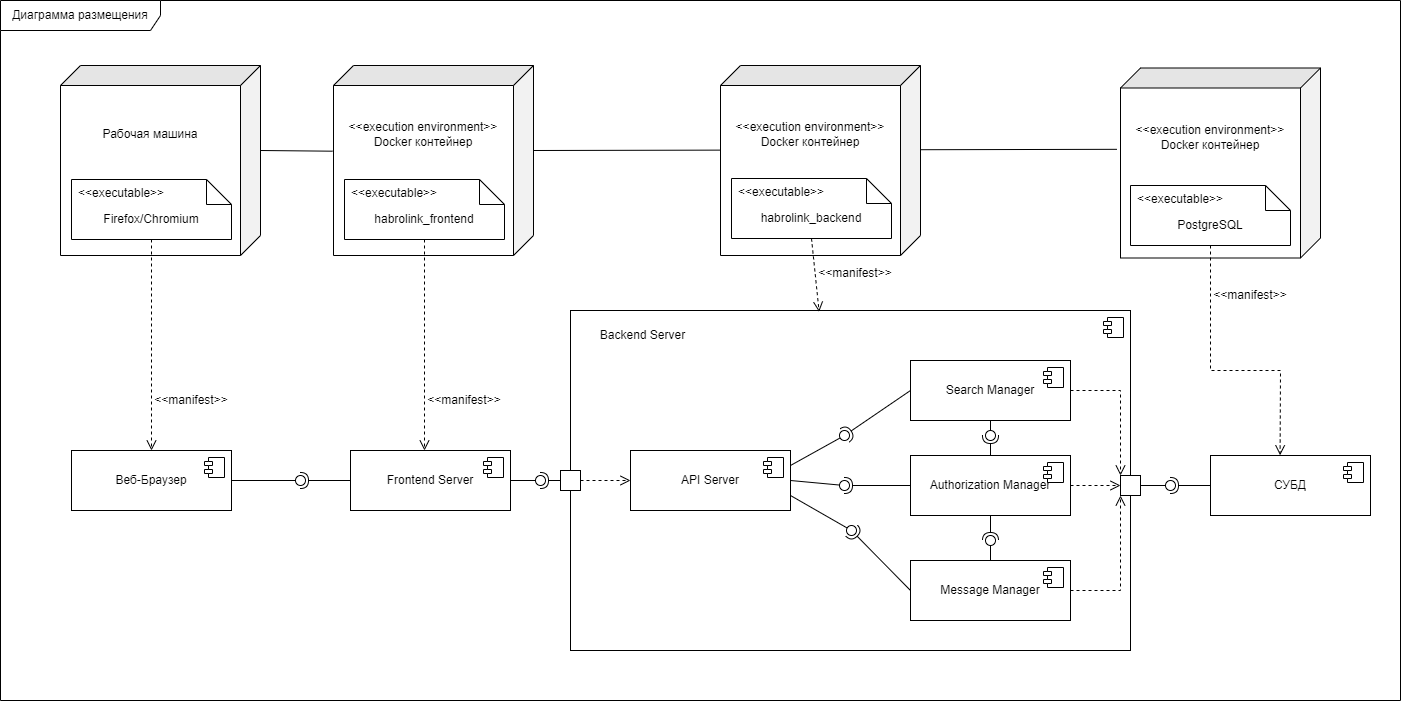
Above: docs/deployment_diagram.png in AS2/habrolink (draw.io), before the change. Source tidied: cells renumbered, new cells last; positions are measured from the earlier drawing's top-left corner, leaving out a move shared by most shapes.
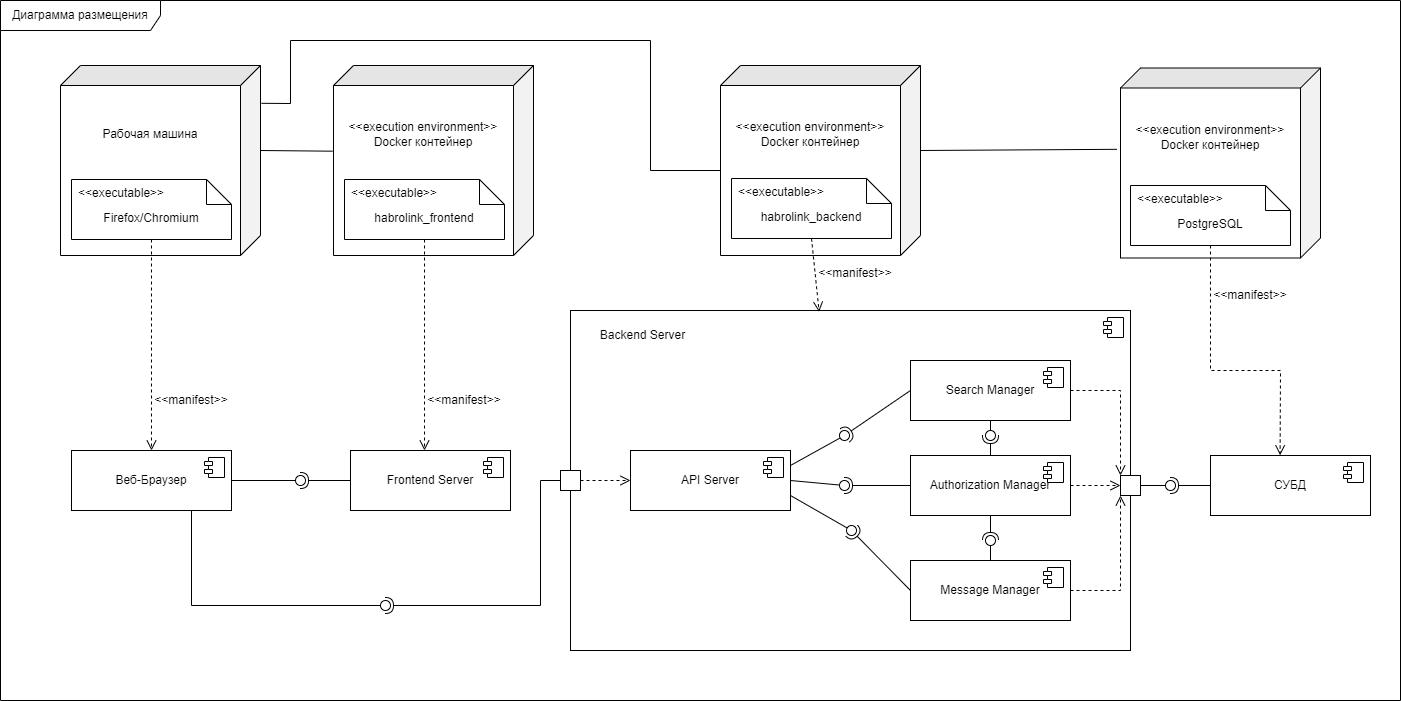
The same diagram one commit later.

Commit message:
fixed deployment diagram again

What changed in the source:
```diff
@@ -11,9 +11,6 @@
     <mxCell id="4" value="&lt;&lt;executable&gt;&gt;" style="strokeColor=none;fillColor=none;align=left;spacingLeft=5;" parent="3" vertex="1">
       <mxGeometry width="160" height="25" relative="1" as="geometry" />
     </mxCell>
-    <mxCell id="5" style="endArrow=none;html=1;rounded=0;entryX=0.428;entryY=1.018;entryDx=0;entryDy=0;entryPerimeter=0;exitX=0;exitY=0;exitDx=85;exitDy=0;exitPerimeter=0;" parent="1" edge="1" source="2" target="19">
-      <mxGeometry relative="1" as="geometry" />
-    </mxCell>
     <mxCell id="6" value="Рабочая машина&lt;br&gt;&lt;br&gt;&lt;br&gt;&lt;br&gt;&lt;br&gt;&lt;br&gt;" style="shape=cube;whiteSpace=wrap;html=1;boundedLbl=1;backgroundOutline=1;darkOpacity=0.05;darkOpacity2=0.1;size=20;gradientColor=none;direction=south;" parent="1" vertex="1">
       <mxGeometry x="60" y="65" width="200" height="190" as="geometry" />
     </mxCell>
@@ -183,14 +180,8 @@
     <mxCell id="53" style="ellipse;whiteSpace=wrap;html=1;align=center;fillColor=none;strokeColor=none;perimeter=centerPerimeter;" parent="16" vertex="1">
       <mxGeometry x="290" y="480" width="10" height="10" as="geometry" />
     </mxCell>
-    <mxCell id="54" style="rounded=0;jettySize=auto;html=1;endArrow=halfCircle;endFill=0;endSize=6;strokeWidth=1;sketch=0;" parent="16" edge="1" source="17" target="56">
-      <mxGeometry relative="1" as="geometry" />
-    </mxCell>
-    <mxCell id="55" style="rounded=0;jettySize=auto;html=1;endArrow=oval;endFill=0;sketch=0;sourcePerimeterSpacing=0;targetPerimeterSpacing=0;endSize=10;exitX=1;exitY=0.5;exitDx=0;exitDy=0;" parent="16" edge="1" source="50" target="56">
-      <mxGeometry relative="1" as="geometry" />
-    </mxCell>
     <mxCell id="56" style="ellipse;whiteSpace=wrap;html=1;align=center;fillColor=none;strokeColor=none;perimeter=centerPerimeter;points=[];outlineConnect=1;" parent="16" vertex="1">
-      <mxGeometry x="535" y="475" width="10" height="10" as="geometry" />
+      <mxGeometry x="380" y="600" width="10" height="10" as="geometry" />
     </mxCell>
     <mxCell id="57" style="rounded=0;jettySize=auto;html=1;endArrow=halfCircle;endFill=0;endSize=6;strokeWidth=1;sketch=0;exitX=0;exitY=0.5;exitDx=0;exitDy=0;" parent="16" edge="1" source="33" target="59">
       <mxGeometry relative="1" as="geometry" />
@@ -274,5 +265,36 @@
     <mxCell id="80" style="html=1;verticalAlign=bottom;endArrow=open;dashed=1;endSize=8;curved=0;rounded=0;exitX=1;exitY=0.5;exitDx=0;exitDy=0;entryX=0;entryY=0.5;entryDx=0;entryDy=0;" parent="16" edge="1" source="35" target="74">
       <mxGeometry relative="1" as="geometry" />
     </mxCell>
+    <mxCell id="81" style="rounded=0;jettySize=auto;html=1;endArrow=halfCircle;endFill=0;endSize=6;strokeWidth=1;sketch=0;exitX=0;exitY=0.5;exitDx=0;exitDy=0;" parent="16" edge="1" source="70" target="82">
+      <mxGeometry relative="1" as="geometry">
+        <Array as="points">
+          <mxPoint x="540" y="480" />
+          <mxPoint x="540" y="605" />
+        </Array>
+      </mxGeometry>
+    </mxCell>
+    <mxCell id="82" style="ellipse;whiteSpace=wrap;html=1;align=center;fillColor=none;strokeColor=none;perimeter=centerPerimeter;points=[];outlineConnect=1;" parent="16" vertex="1">
+      <mxGeometry x="380" y="600" width="10" height="10" as="geometry" />
+    </mxCell>
+    <mxCell id="5" style="endArrow=none;html=1;rounded=0;entryX=0.428;entryY=1.018;entryDx=0;entryDy=0;entryPerimeter=0;exitX=0;exitY=0;exitDx=85;exitDy=0;exitPerimeter=0;" parent="16" edge="1" source="26" target="19">
+      <mxGeometry relative="1" as="geometry" />
+    </mxCell>
+    <mxCell id="83" style="rounded=0;jettySize=auto;html=1;endArrow=oval;endFill=0;sketch=0;sourcePerimeterSpacing=0;targetPerimeterSpacing=0;endSize=10;exitX=0.75;exitY=1;exitDx=0;exitDy=0;" parent="1" edge="1" source="9" target="82">
+      <mxGeometry relative="1" as="geometry">
+        <Array as="points">
+          <mxPoint x="191" y="605" />
+        </Array>
+      </mxGeometry>
+    </mxCell>
+    <mxCell id="84" style="endArrow=none;html=1;rounded=0;entryX=0;entryY=0;entryDx=105;entryDy=200;entryPerimeter=0;exitX=0.199;exitY=-0.005;exitDx=0;exitDy=0;exitPerimeter=0;" parent="1" edge="1" source="6" target="26">
+      <mxGeometry relative="1" as="geometry">
+        <Array as="points">
+          <mxPoint x="290" y="103" />
+          <mxPoint x="290" y="40" />
+          <mxPoint x="650" y="40" />
+          <mxPoint x="650" y="170" />
+        </Array>
+      </mxGeometry>
+    </mxCell>
   </root>
 </mxGraphModel>
```
